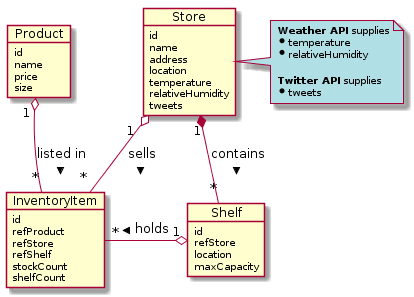
The PlantUML diagram img/entities.png in FIWARE/tutorials.Subscriptions, before a commit.
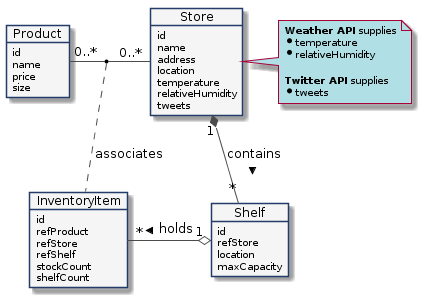
After the commit.

Commit message:
Updating Entity Diagrams

Change to the diagram source:
```diff
@@ -1,4 +1,10 @@
 @startuml
+skinparam object {
+  BackgroundColor #f5f5f5
+  ArrowColor #4c4c4c
+  BorderColor #233c68
+}
+
 object Product
 
 Product : id
@@ -43,8 +49,9 @@
 Shelf : location
 Shelf : maxCapacity
 
-Product "1 " o-- " *" InventoryItem  : listed in >
-Store " 1  " o-- " *  " InventoryItem :  sells >
 Store "1" *-- "*" Shelf : contains >
 InventoryItem "*" -o " 1" Shelf : < holds
+
+Product "0..*" - "0..*" Store
+(Product, Store) .. InventoryItem : associates
 @enduml
```
